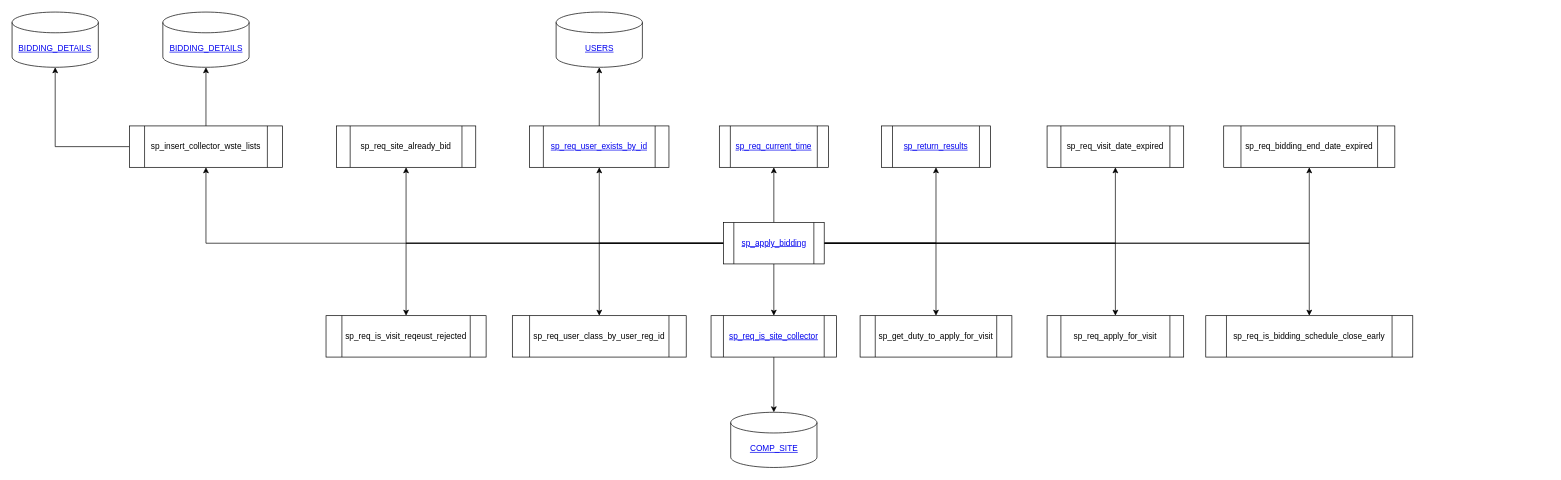
This is sp_apply_bidding.drawio from Leo-Nam/chium_draw, a draw.io file, before an edit. Source tidied: cells renumbered, new cells numbered last; positions are measured from the earlier drawing's top-left corner, leaving out a move shared by most shapes. Both pictures are drawn from the tidied source at 69%, with x=0, y=0 at pixel (12, 12).
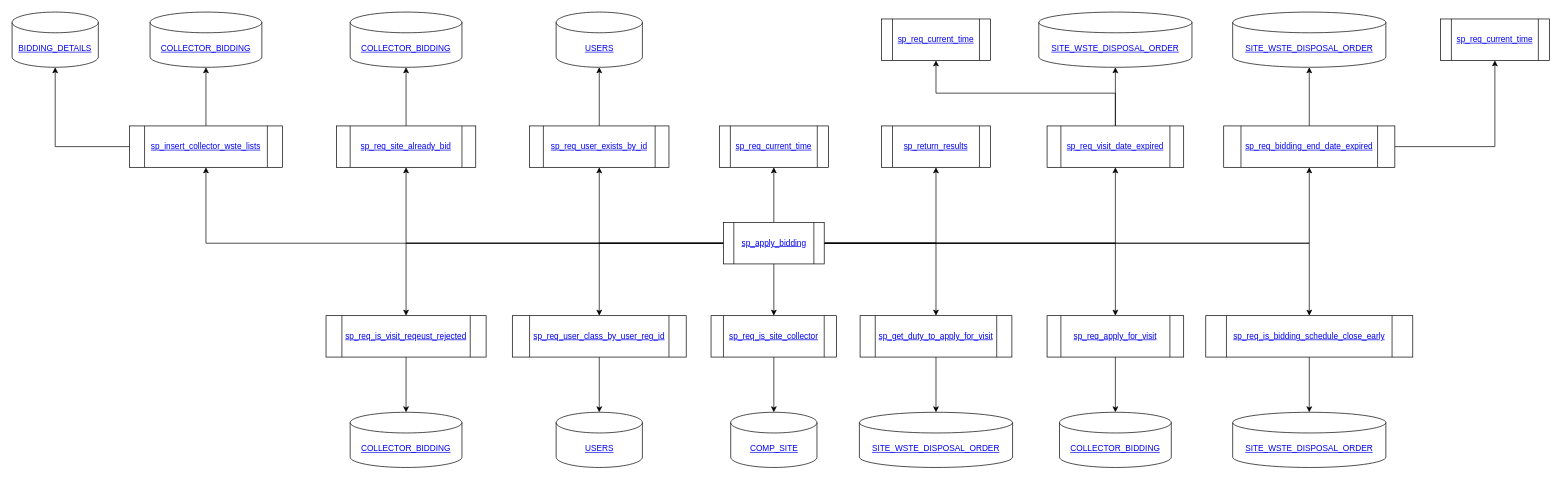
After the change.

Commit message:
sp_insert_collector_wste_lists

The edit, as a diff of the source:
```diff
@@
+    <mxCell id="37" style="edgeStyle=orthogonalEdgeStyle;rounded=0;jettySize=auto;html=1;" parent="1" edge="1" source="20" target="47">
+      <mxGeometry relative="1" as="geometry" />
+    </mxCell>
-    <mxCell id="20" value="sp_req_site_already_bid" style="shape=process;whiteSpace=wrap;html=1;backgroundOutline=1;" parent="1" vertex="1">
+    <mxCell id="20" value="&lt;a href=&quot;https://github.com/Leo-Nam/chium_draw/blob/master/sp_req_site_already_bid.drawio&quot;&gt;sp_req_site_already_bid&lt;/a&gt;" style="shape=process;whiteSpace=wrap;html=1;backgroundOutline=1;" parent="1" vertex="1">
       <mxGeometry x="470" y="165" width="202" height="60" as="geometry" />
     </mxCell>
+    <mxCell id="38" style="edgeStyle=orthogonalEdgeStyle;rounded=0;jettySize=auto;html=1;" parent="1" edge="1" source="21" target="49">
+      <mxGeometry relative="1" as="geometry" />
+    </mxCell>
-    <mxCell id="21" value="sp_req_user_class_by_user_reg_id" style="shape=process;whiteSpace=wrap;html=1;backgroundOutline=1;" parent="1" vertex="1">
+    <mxCell id="21" value="&lt;a href=&quot;https://github.com/Leo-Nam/chium_draw/blob/master/sp_req_user_class_by_user_reg_id.drawio&quot;&gt;sp_req_user_class_by_user_reg_id&lt;/a&gt;" style="shape=process;whiteSpace=wrap;html=1;backgroundOutline=1;" parent="1" vertex="1">
       <mxGeometry x="725" y="440" width="252" height="60" as="geometry" />
     </mxCell>
@@
+    <mxCell id="39" style="edgeStyle=orthogonalEdgeStyle;rounded=0;jettySize=auto;html=1;" parent="1" edge="1" source="26" target="50">
+      <mxGeometry relative="1" as="geometry" />
+    </mxCell>
-    <mxCell id="26" value="sp_get_duty_to_apply_for_visit" style="shape=process;whiteSpace=wrap;html=1;backgroundOutline=1;" parent="1" vertex="1">
+    <mxCell id="26" value="&lt;a href=&quot;https://github.com/Leo-Nam/chium_draw/blob/master/sp_get_duty_to_apply_for_visit.drawio&quot;&gt;sp_get_duty_to_apply_for_visit&lt;/a&gt;" style="shape=process;whiteSpace=wrap;html=1;backgroundOutline=1;" parent="1" vertex="1">
       <mxGeometry x="1229" y="440" width="220" height="60" as="geometry" />
     </mxCell>
+    <mxCell id="40" style="edgeStyle=orthogonalEdgeStyle;rounded=0;jettySize=auto;html=1;" parent="1" edge="1" source="27" target="51">
+      <mxGeometry relative="1" as="geometry" />
+    </mxCell>
+    <mxCell id="41" style="edgeStyle=orthogonalEdgeStyle;rounded=0;jettySize=auto;html=1;entryX=0.5;entryY=1;entryDx=0;entryDy=0;exitX=0.5;exitY=0;exitDx=0;exitDy=0;" parent="1" edge="1" source="27" target="52">
+      <mxGeometry relative="1" as="geometry" />
+    </mxCell>
-    <mxCell id="27" value="sp_req_visit_date_expired" style="shape=process;whiteSpace=wrap;html=1;backgroundOutline=1;" parent="1" vertex="1">
+    <mxCell id="27" value="&lt;a href=&quot;https://github.com/Leo-Nam/chium_draw/blob/master/sp_req_visit_date_expired.drawio&quot;&gt;sp_req_visit_date_expired&lt;/a&gt;" style="shape=process;whiteSpace=wrap;html=1;backgroundOutline=1;" parent="1" vertex="1">
       <mxGeometry x="1500" y="165" width="198" height="60" as="geometry" />
     </mxCell>
+    <mxCell id="42" style="edgeStyle=orthogonalEdgeStyle;rounded=0;jettySize=auto;html=1;" parent="1" edge="1" source="28" target="53">
+      <mxGeometry relative="1" as="geometry" />
+    </mxCell>
-    <mxCell id="28" value="sp_req_apply_for_visit" style="shape=process;whiteSpace=wrap;html=1;backgroundOutline=1;" parent="1" vertex="1">
+    <mxCell id="28" value="&lt;a href=&quot;https://github.com/Leo-Nam/chium_draw/blob/master/sp_req_apply_for_visit.drawio&quot;&gt;sp_req_apply_for_visit&lt;/a&gt;" style="shape=process;whiteSpace=wrap;html=1;backgroundOutline=1;" parent="1" vertex="1">
       <mxGeometry x="1500" y="440" width="198" height="60" as="geometry" />
     </mxCell>
+    <mxCell id="43" style="edgeStyle=orthogonalEdgeStyle;rounded=0;jettySize=auto;html=1;" parent="1" edge="1" source="29" target="48">
+      <mxGeometry relative="1" as="geometry" />
+    </mxCell>
-    <mxCell id="29" value="sp_req_is_visit_reqeust_rejected" style="shape=process;whiteSpace=wrap;html=1;backgroundOutline=1;" parent="1" vertex="1">
+    <mxCell id="29" value="&lt;a href=&quot;https://github.com/Leo-Nam/chium_draw/blob/master/sp_req_is_visit_reqeust_rejected.drawio&quot;&gt;sp_req_is_visit_reqeust_rejected&lt;/a&gt;" style="shape=process;whiteSpace=wrap;html=1;backgroundOutline=1;" parent="1" vertex="1">
       <mxGeometry x="455" y="440" width="232" height="60" as="geometry" />
     </mxCell>
+    <mxCell id="44" style="edgeStyle=orthogonalEdgeStyle;rounded=0;jettySize=auto;html=1;" parent="1" edge="1" source="30" target="54">
+      <mxGeometry relative="1" as="geometry" />
+    </mxCell>
+    <mxCell id="45" style="edgeStyle=orthogonalEdgeStyle;rounded=0;jettySize=auto;html=1;entryX=0.5;entryY=1;entryDx=0;entryDy=0;" parent="1" edge="1" source="30" target="55">
+      <mxGeometry relative="1" as="geometry" />
+    </mxCell>
-    <mxCell id="30" value="sp_req_bidding_end_date_expired" style="shape=process;whiteSpace=wrap;html=1;backgroundOutline=1;" parent="1" vertex="1">
+    <mxCell id="30" value="&lt;a href=&quot;https://github.com/Leo-Nam/chium_draw/blob/master/sp_req_bidding_end_date_expired.drawio&quot;&gt;sp_req_bidding_end_date_expired&lt;/a&gt;" style="shape=process;whiteSpace=wrap;html=1;backgroundOutline=1;" parent="1" vertex="1">
       <mxGeometry x="1756" y="165" width="248" height="60" as="geometry" />
     </mxCell>
+    <mxCell id="46" style="edgeStyle=orthogonalEdgeStyle;rounded=0;jettySize=auto;html=1;" parent="1" edge="1" source="31" target="56">
+      <mxGeometry relative="1" as="geometry" />
+    </mxCell>
-    <mxCell id="31" value="sp_req_is_bidding_schedule_close_early" style="shape=process;whiteSpace=wrap;html=1;backgroundOutline=1;" parent="1" vertex="1">
+    <mxCell id="31" value="&lt;a href=&quot;https://github.com/Leo-Nam/chium_draw/blob/master/sp_req_is_bidding_schedule_close_early.drawio&quot;&gt;sp_req_is_bidding_schedule_close_early&lt;/a&gt;" style="shape=process;whiteSpace=wrap;html=1;backgroundOutline=1;" parent="1" vertex="1">
       <mxGeometry x="1730" y="440" width="300" height="60" as="geometry" />
     </mxCell>
@@
-    <mxCell id="34" value="sp_insert_collector_wste_lists" style="shape=process;whiteSpace=wrap;html=1;backgroundOutline=1;" parent="1" vertex="1">
+    <mxCell id="34" value="&lt;a href=&quot;https://github.com/Leo-Nam/chium_draw/blob/master/sp_insert_collector_wste_lists.drawio&quot;&gt;sp_insert_collector_wste_lists&lt;/a&gt;" style="shape=process;whiteSpace=wrap;html=1;backgroundOutline=1;" parent="1" vertex="1">
       <mxGeometry x="170" y="165" width="222" height="60" as="geometry" />
     </mxCell>
-    <mxCell id="35" value="&lt;a href=&quot;https://www.notion.so/BIDDING_DETAILS-7c8f3526888945e1bb55d0cbd1e3f9e1&quot;&gt;BIDDING_DETAILS&lt;/a&gt;" style="shape=cylinder3;whiteSpace=wrap;html=1;boundedLbl=1;backgroundOutline=1;size=15;" parent="1" vertex="1">
-      <mxGeometry x="218.5" width="125" height="80" as="geometry" />
+    <mxCell id="35" value="&lt;a href=&quot;https://www.notion.so/COLLECTOR_BIDDING-f7c43f30645e46dc964d01887238e320&quot;&gt;COLLECTOR_BIDDING&lt;/a&gt;" style="shape=cylinder3;whiteSpace=wrap;html=1;boundedLbl=1;backgroundOutline=1;size=15;" parent="1" vertex="1">
+      <mxGeometry x="200" width="162" height="80" as="geometry" />
     </mxCell>
@@
+    <mxCell id="47" value="&lt;a href=&quot;https://www.notion.so/COLLECTOR_BIDDING-f7c43f30645e46dc964d01887238e320&quot;&gt;COLLECTOR_BIDDING&lt;/a&gt;" style="shape=cylinder3;whiteSpace=wrap;html=1;boundedLbl=1;backgroundOutline=1;size=15;" parent="1" vertex="1">
+      <mxGeometry x="490" width="162" height="80" as="geometry" />
+    </mxCell>
+    <mxCell id="48" value="&lt;a href=&quot;https://www.notion.so/COLLECTOR_BIDDING-f7c43f30645e46dc964d01887238e320&quot;&gt;COLLECTOR_BIDDING&lt;/a&gt;" style="shape=cylinder3;whiteSpace=wrap;html=1;boundedLbl=1;backgroundOutline=1;size=15;" parent="1" vertex="1">
+      <mxGeometry x="490" y="580" width="162" height="80" as="geometry" />
+    </mxCell>
+    <mxCell id="49" value="&lt;a href=&quot;https://www.notion.so/USERS-20656cfbb07d4dedb33482dccb7d81cd&quot;&gt;USERS&lt;/a&gt;" style="shape=cylinder3;whiteSpace=wrap;html=1;boundedLbl=1;backgroundOutline=1;size=15;" parent="1" vertex="1">
+      <mxGeometry x="788.5" y="580" width="125" height="80" as="geometry" />
+    </mxCell>
+    <mxCell id="50" value="&lt;a href=&quot;https://www.notion.so/SITE_WSTE_DISPOSAL_ORDER-cc2a6bbd0594404d81524e8ef401bf67&quot;&gt;SITE_WSTE_DISPOSAL_ORDER&lt;/a&gt;" style="shape=cylinder3;whiteSpace=wrap;html=1;boundedLbl=1;backgroundOutline=1;size=15;" parent="1" vertex="1">
+      <mxGeometry x="1228" y="580" width="222" height="80" as="geometry" />
+    </mxCell>
+    <mxCell id="51" value="&lt;a href=&quot;https://www.notion.so/SITE_WSTE_DISPOSAL_ORDER-cc2a6bbd0594404d81524e8ef401bf67&quot;&gt;SITE_WSTE_DISPOSAL_ORDER&lt;/a&gt;" style="shape=cylinder3;whiteSpace=wrap;html=1;boundedLbl=1;backgroundOutline=1;size=15;" parent="1" vertex="1">
+      <mxGeometry x="1488" width="222" height="80" as="geometry" />
+    </mxCell>
+    <mxCell id="52" value="&lt;a href=&quot;https://www.notion.so/sp_req_current_time-1454565caebf4d388516896cf44f081d&quot;&gt;sp_req_current_time&lt;/a&gt;" style="shape=process;whiteSpace=wrap;html=1;backgroundOutline=1;" parent="1" vertex="1">
+      <mxGeometry x="1260" y="10" width="158" height="60" as="geometry" />
+    </mxCell>
+    <mxCell id="53" value="&lt;a href=&quot;https://www.notion.so/COLLECTOR_BIDDING-f7c43f30645e46dc964d01887238e320&quot;&gt;COLLECTOR_BIDDING&lt;/a&gt;" style="shape=cylinder3;whiteSpace=wrap;html=1;boundedLbl=1;backgroundOutline=1;size=15;" parent="1" vertex="1">
+      <mxGeometry x="1518" y="580" width="162" height="80" as="geometry" />
+    </mxCell>
+    <mxCell id="54" value="&lt;a href=&quot;https://www.notion.so/SITE_WSTE_DISPOSAL_ORDER-cc2a6bbd0594404d81524e8ef401bf67&quot;&gt;SITE_WSTE_DISPOSAL_ORDER&lt;/a&gt;" style="shape=cylinder3;whiteSpace=wrap;html=1;boundedLbl=1;backgroundOutline=1;size=15;" parent="1" vertex="1">
+      <mxGeometry x="1769" width="222" height="80" as="geometry" />
+    </mxCell>
+    <mxCell id="55" value="&lt;a href=&quot;https://www.notion.so/sp_req_current_time-1454565caebf4d388516896cf44f081d&quot;&gt;sp_req_current_time&lt;/a&gt;" style="shape=process;whiteSpace=wrap;html=1;backgroundOutline=1;" parent="1" vertex="1">
+      <mxGeometry x="2070" y="10" width="158" height="60" as="geometry" />
+    </mxCell>
+    <mxCell id="56" value="&lt;a href=&quot;https://www.notion.so/SITE_WSTE_DISPOSAL_ORDER-cc2a6bbd0594404d81524e8ef401bf67&quot;&gt;SITE_WSTE_DISPOSAL_ORDER&lt;/a&gt;" style="shape=cylinder3;whiteSpace=wrap;html=1;boundedLbl=1;backgroundOutline=1;size=15;" parent="1" vertex="1">
+      <mxGeometry x="1769" y="580" width="222" height="80" as="geometry" />
+    </mxCell>
```
